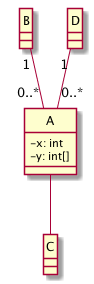
Before: class-diagram-gen/umloutput.png, a diagram exported from PlantUML (rishirajrandive/uml-parser). Source of this version:
```plantuml
@startuml
skinparam classAttributeIconSize 0
class A {
-x: int
-y: int[]
}

class B {
}

class C {
}

class D {
}

B"1"--"0..*"A

A--C

D"1"--"0..*"A

hide circle
@enduml
```
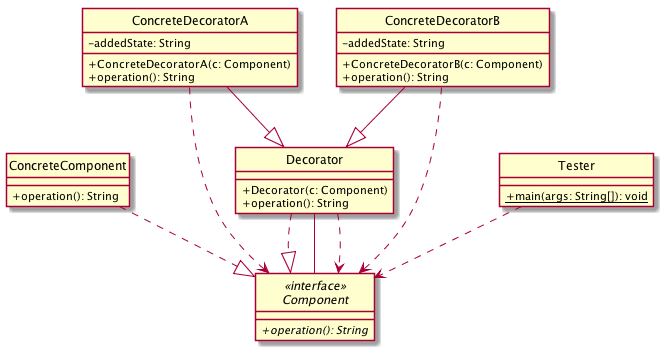
The same file after the commit.

What changed in the source:
```diff
@@ -1,24 +1,51 @@
 @startuml
 skinparam classAttributeIconSize 0
-class A {
--x: int
--y: int[]
+interface Component << interface >> {
++ {abstract}operation(): String
 }
 
-class B {
+class ConcreteComponent {
++operation(): String
 }
 
-class C {
+class ConcreteDecoratorA {
++ConcreteDecoratorA(c: Component)
++operation(): String
+-addedState: String
 }
 
-class D {
+class Decorator {
++Decorator(c: Component)
++operation(): String
 }
 
-B"1"--"0..*"A
+class ConcreteDecoratorB {
++ConcreteDecoratorB(c: Component)
++operation(): String
+-addedState: String
+}
 
-A--C
+class Tester {
++ {static}main(args: String[]): void
+}
 
-D"1"--"0..*"A
+ConcreteComponent..|>Component
+
+ConcreteDecoratorA--|>Decorator
+
+ConcreteDecoratorA..>Component
+
+ConcreteDecoratorB--|>Decorator
+
+ConcreteDecoratorB..>Component
+
+Decorator..|>Component
+
+Decorator--Component
+
+Decorator..>Component
+
+Tester..>Component
 
 hide circle
 @enduml
```
